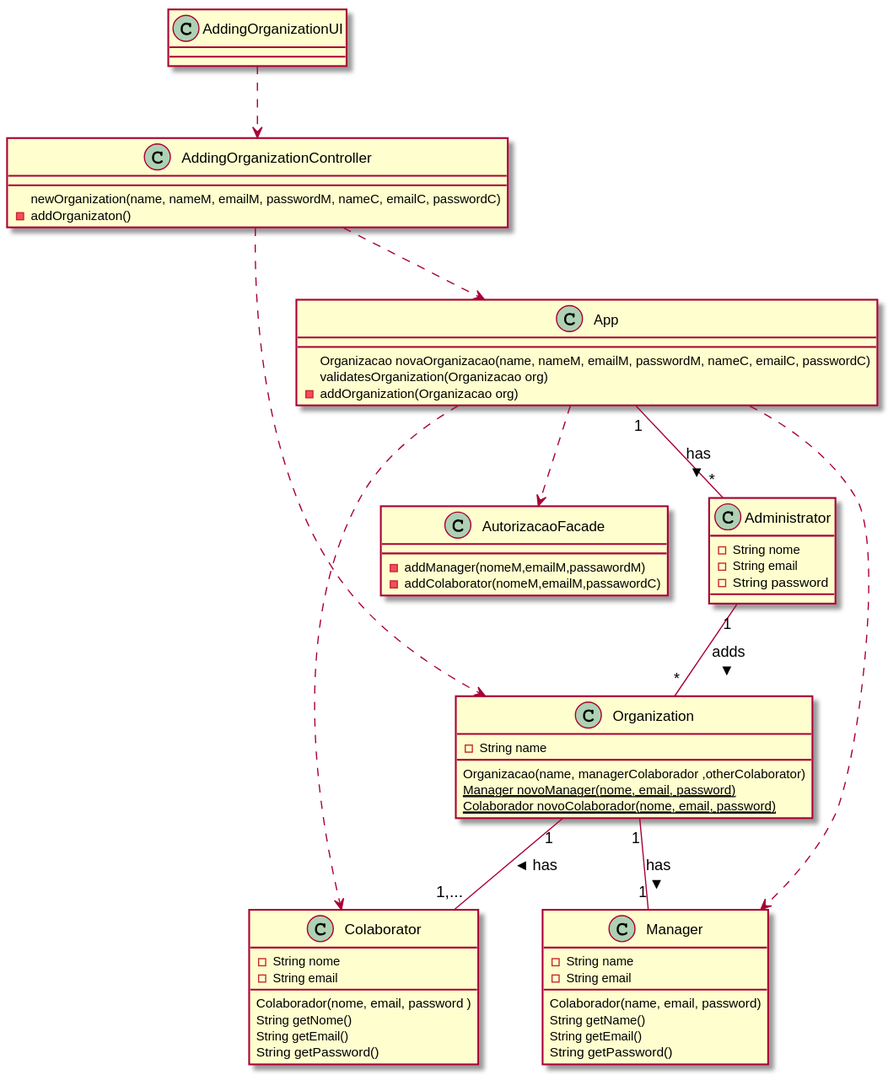
This is docs/UC_08/UC08_CD.svg from botelho-io/lapr2-2020-g029, a PlantUML export, as it was before one commit. Its diagram source:
```plantuml
@startuml

class Colaborator {
  -String nome
  -String email
  Colaborador(nome, email, password )
  String getNome()
  String getEmail()
  String getPassword()
}

class Manager {
  -String name
  -String email
  Colaborador(name, email, password)
  String getName()
  String getEmail()
  String getPassword()
}

class Administrator {
- String nome
- String email
- String password
}

class Organization {
  -String name
  Organizacao(name, managerColaborador ,otherColaborator)
  {static} Manager novoManager(nome, email, password)
  {static} Colaborador novoColaborador(nome, email, password)
}

class App {

  Organizacao novaOrganizacao(name, nameM, emailM, passwordM, nameC, emailC, passwordC)
  validatesOrganization(Organizacao org)
  - addOrganization(Organizacao org)
}

class AutorizacaoFacade {
   - addManager(nomeM,emailM,passawordM)
   - addColaborator(nomeM,emailM,passawordC)
}

class AddingOrganizationController {
    newOrganization(name, nameM, emailM, passwordM, nameC, emailC, passwordC)
   - addOrganizaton()
}

class AddingOrganizationUI {
}

AddingOrganizationUI ..> AddingOrganizationController
AddingOrganizationController ..> App
AddingOrganizationController ..> Organization
App ..> Colaborator
App ..> Manager
App ..> AutorizacaoFacade
Organization                 "1" -- "1,..."  Colaborator    : has >
Organization                 "1" -- "1"      Manager        : has >
Administrator                "1" -- "*"      Organization   : adds >
App                          "1" -- "*"      Administrator  : has >

@enduml
```
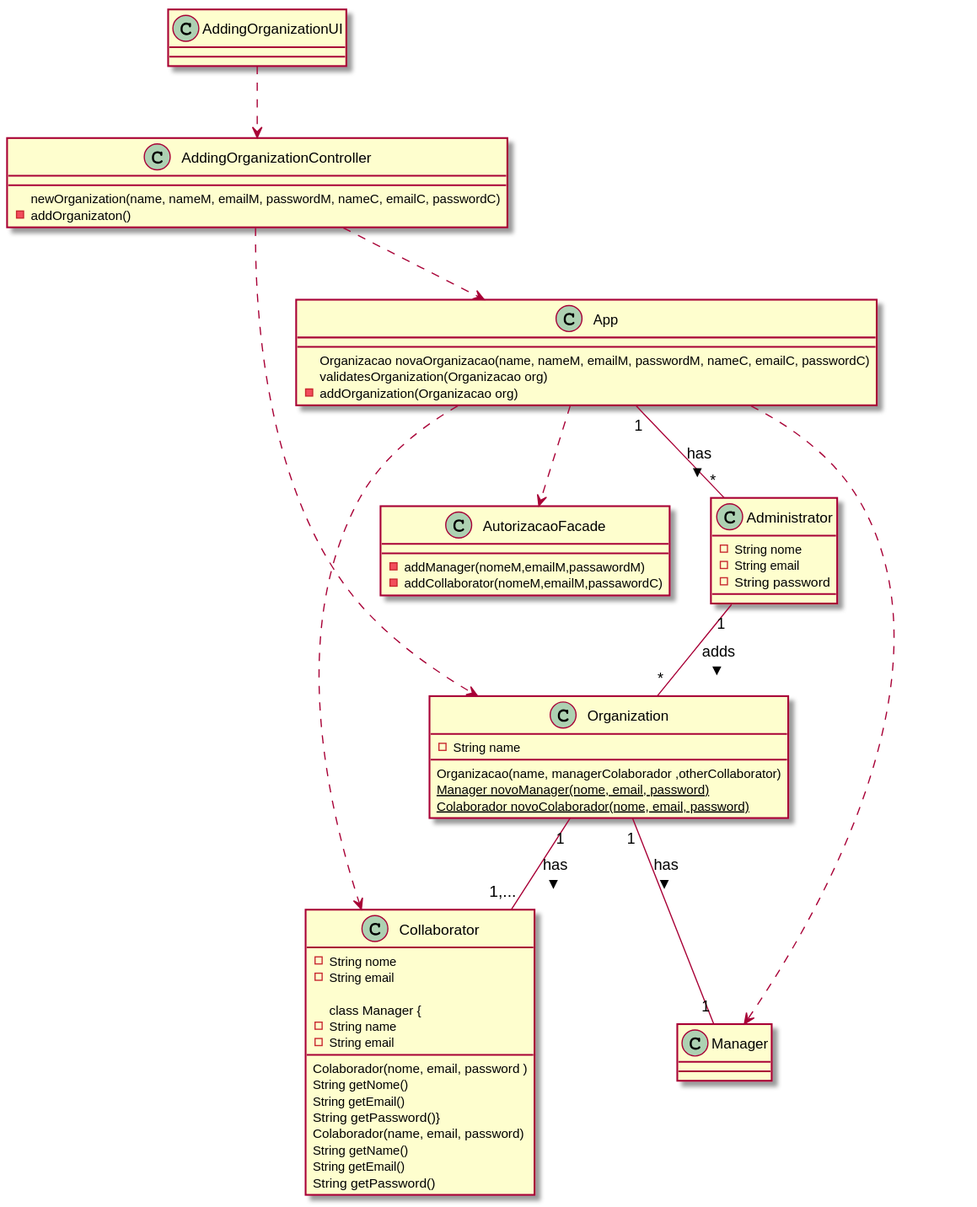
The same file after the commit.

The edit, as a diff of the source:
```diff
@@ -1,13 +1,12 @@
 @startuml
 
-class Colaborator {
+class Collaborator {
   -String nome
   -String email
   Colaborador(nome, email, password )
   String getNome()
   String getEmail()
-  String getPassword()
-}
+  String getPassword()}
 
 class Manager {
   -String name
@@ -26,7 +25,7 @@
 
 class Organization {
   -String name
-  Organizacao(name, managerColaborador ,otherColaborator)
+  Organizacao(name, managerColaborador ,otherCollaborator)
   {static} Manager novoManager(nome, email, password)
   {static} Colaborador novoColaborador(nome, email, password)
 }
@@ -40,7 +39,7 @@
 
 class AutorizacaoFacade {
    - addManager(nomeM,emailM,passawordM)
-   - addColaborator(nomeM,emailM,passawordC)
+   - addCollaborator(nomeM,emailM,passawordC)
 }
 
 class AddingOrganizationController {
@@ -54,10 +53,10 @@
 AddingOrganizationUI ..> AddingOrganizationController
 AddingOrganizationController ..> App
 AddingOrganizationController ..> Organization
-App ..> Colaborator
+App ..> Collaborator
 App ..> Manager
 App ..> AutorizacaoFacade
-Organization                 "1" -- "1,..."  Colaborator    : has >
+Organization                 "1" -- "1,..."  Collaborator    : has >
 Organization                 "1" -- "1"      Manager        : has >
 Administrator                "1" -- "*"      Organization   : adds >
 App                          "1" -- "*"      Administrator  : has >
```
